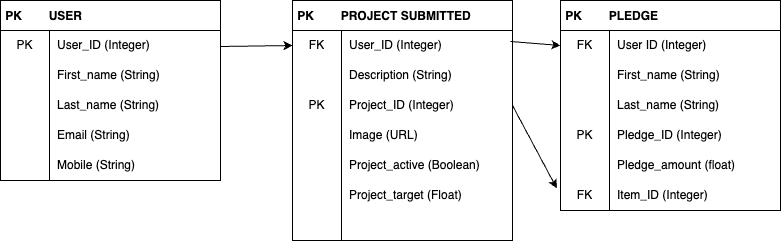
haleighlv/crowdfunding_back_end keeps this draw.io diagram as DBSchema.png. Above is the earlier version. Source tidied: cells renumbered, new cells last; positions are measured from the earlier drawing's top-left corner, leaving out a move shared by most shapes. Source of this version:
```xml
<mxGraphModel>
  <root>
    <mxCell id="0" />
    <mxCell id="1" parent="0" />
    <mxCell id="2" value=" PK        PROJECT SUBMITTED" style="shape=table;startSize=30;rowLines=0;fontStyle=1;align=left;" parent="1" vertex="1">
      <mxGeometry x="292" width="220" height="240" as="geometry" />
    </mxCell>
    <mxCell id="3" style="shape=tableRow;horizontal=0;startSize=0;swimlaneHead=0;swimlaneBody=0;top=0;left=0;bottom=0;right=0;fillColor=none;points=[[0,0.5],[1,0.5]];portConstraint=eastwest;" parent="2" vertex="1">
      <mxGeometry y="30" width="220" height="30" as="geometry" />
    </mxCell>
    <mxCell id="4" value="FK" style="shape=partialRectangle;html=1;whiteSpace=wrap;fillColor=none;top=0;left=0;bottom=0;right=0;overflow=hidden;" parent="3" vertex="1">
      <mxGeometry width="49" height="30" as="geometry" />
    </mxCell>
    <mxCell id="5" value="User_ID (Integer)" style="shape=partialRectangle;html=1;whiteSpace=wrap;fillColor=none;top=0;left=0;bottom=0;right=0;align=left;spacingLeft=6;overflow=hidden;" parent="3" vertex="1">
      <mxGeometry x="49" width="171" height="30" as="geometry" />
    </mxCell>
    <mxCell id="6" style="shape=tableRow;horizontal=0;startSize=0;swimlaneHead=0;swimlaneBody=0;top=0;left=0;bottom=0;right=0;fillColor=none;" parent="2" vertex="1">
      <mxGeometry y="60" width="220" height="30" as="geometry" />
    </mxCell>
    <mxCell id="7" style="shape=partialRectangle;html=1;whiteSpace=wrap;fillColor=none;top=0;left=0;bottom=0;right=0;overflow=hidden;" parent="6" vertex="1">
      <mxGeometry width="49" height="30" as="geometry" />
    </mxCell>
    <mxCell id="8" value="Description (String)" style="shape=partialRectangle;html=1;whiteSpace=wrap;fillColor=none;top=0;left=0;bottom=0;right=0;align=left;spacingLeft=6;overflow=hidden;" parent="6" vertex="1">
      <mxGeometry x="49" width="171" height="30" as="geometry" />
    </mxCell>
    <mxCell id="9" style="shape=tableRow;horizontal=0;startSize=0;swimlaneHead=0;swimlaneBody=0;top=0;left=0;bottom=0;right=0;fillColor=none;points=[[0,0.5],[1,0.5]];portConstraint=eastwest;" parent="2" vertex="1">
      <mxGeometry y="90" width="220" height="30" as="geometry" />
    </mxCell>
    <mxCell id="10" value="PK" style="shape=partialRectangle;html=1;whiteSpace=wrap;fillColor=none;top=0;left=0;bottom=0;right=0;overflow=hidden;" parent="9" vertex="1">
      <mxGeometry width="49" height="30" as="geometry" />
    </mxCell>
    <mxCell id="11" value="Project_ID (Integer)" style="shape=partialRectangle;html=1;whiteSpace=wrap;fillColor=none;top=0;left=0;bottom=0;right=0;align=left;spacingLeft=6;overflow=hidden;" parent="9" vertex="1">
      <mxGeometry x="49" width="171" height="30" as="geometry" />
    </mxCell>
    <mxCell id="12" style="shape=tableRow;horizontal=0;startSize=0;swimlaneHead=0;swimlaneBody=0;top=0;left=0;bottom=0;right=0;fillColor=none;" parent="2" vertex="1">
      <mxGeometry y="120" width="220" height="30" as="geometry" />
    </mxCell>
    <mxCell id="13" style="shape=partialRectangle;html=1;whiteSpace=wrap;fillColor=none;top=0;left=0;bottom=0;right=0;overflow=hidden;" parent="12" vertex="1">
      <mxGeometry width="49" height="30" as="geometry" />
    </mxCell>
    <mxCell id="14" value="Image (URL)" style="shape=partialRectangle;html=1;whiteSpace=wrap;fillColor=none;top=0;left=0;bottom=0;right=0;align=left;spacingLeft=6;overflow=hidden;" parent="12" vertex="1">
      <mxGeometry x="49" width="171" height="30" as="geometry" />
    </mxCell>
    <mxCell id="15" style="shape=tableRow;horizontal=0;startSize=0;swimlaneHead=0;swimlaneBody=0;top=0;left=0;bottom=0;right=0;fillColor=none;" parent="2" vertex="1">
      <mxGeometry y="150" width="220" height="30" as="geometry" />
    </mxCell>
    <mxCell id="16" style="shape=partialRectangle;html=1;whiteSpace=wrap;fillColor=none;top=0;left=0;bottom=0;right=0;overflow=hidden;" parent="15" vertex="1">
      <mxGeometry width="49" height="30" as="geometry" />
    </mxCell>
    <mxCell id="17" value="Project_active (Boolean)" style="shape=partialRectangle;html=1;whiteSpace=wrap;fillColor=none;top=0;left=0;bottom=0;right=0;align=left;spacingLeft=6;overflow=hidden;" parent="15" vertex="1">
      <mxGeometry x="49" width="171" height="30" as="geometry" />
    </mxCell>
    <mxCell id="18" style="shape=tableRow;horizontal=0;startSize=0;swimlaneHead=0;swimlaneBody=0;top=0;left=0;bottom=0;right=0;fillColor=none;" parent="2" vertex="1">
      <mxGeometry y="180" width="220" height="30" as="geometry" />
    </mxCell>
    <mxCell id="19" style="shape=partialRectangle;html=1;whiteSpace=wrap;fillColor=none;top=0;left=0;bottom=0;right=0;overflow=hidden;" parent="18" vertex="1">
      <mxGeometry width="49" height="30" as="geometry" />
    </mxCell>
    <mxCell id="20" value="Project_target (Float)" style="shape=partialRectangle;html=1;whiteSpace=wrap;fillColor=none;top=0;left=0;bottom=0;right=0;align=left;spacingLeft=6;overflow=hidden;" parent="18" vertex="1">
      <mxGeometry x="49" width="171" height="30" as="geometry" />
    </mxCell>
    <mxCell id="21" style="shape=tableRow;horizontal=0;startSize=0;swimlaneHead=0;swimlaneBody=0;top=0;left=0;bottom=0;right=0;fillColor=none;" parent="2" vertex="1">
      <mxGeometry y="210" width="220" height="30" as="geometry" />
    </mxCell>
    <mxCell id="22" style="shape=partialRectangle;html=1;whiteSpace=wrap;fillColor=none;top=0;left=0;bottom=0;right=0;overflow=hidden;" parent="21" vertex="1">
      <mxGeometry width="49" height="30" as="geometry" />
    </mxCell>
    <mxCell id="23" style="shape=partialRectangle;html=1;whiteSpace=wrap;fillColor=none;top=0;left=0;bottom=0;right=0;align=left;spacingLeft=6;overflow=hidden;" parent="21" vertex="1">
      <mxGeometry x="49" width="171" height="30" as="geometry" />
    </mxCell>
    <mxCell id="24" value=" PK        USER" style="shape=table;startSize=30;rowLines=0;fontStyle=1;align=left;" parent="1" vertex="1">
      <mxGeometry width="220" height="180" as="geometry" />
    </mxCell>
    <mxCell id="25" style="shape=tableRow;horizontal=0;startSize=0;swimlaneHead=0;swimlaneBody=0;top=0;left=0;bottom=0;right=0;fillColor=none;" parent="24" vertex="1">
      <mxGeometry y="30" width="220" height="30" as="geometry" />
    </mxCell>
    <mxCell id="26" value="PK" style="shape=partialRectangle;html=1;whiteSpace=wrap;fillColor=none;top=0;left=0;bottom=0;right=0;overflow=hidden;" parent="25" vertex="1">
      <mxGeometry width="49" height="30" as="geometry" />
    </mxCell>
    <mxCell id="27" value="User_ID (Integer)" style="shape=partialRectangle;html=1;whiteSpace=wrap;fillColor=none;top=0;left=0;bottom=0;right=0;align=left;spacingLeft=6;overflow=hidden;" parent="25" vertex="1">
      <mxGeometry x="49" width="171" height="30" as="geometry" />
    </mxCell>
    <mxCell id="28" style="shape=tableRow;horizontal=0;startSize=0;swimlaneHead=0;swimlaneBody=0;top=0;left=0;bottom=0;right=0;fillColor=none;" parent="24" vertex="1">
      <mxGeometry y="60" width="220" height="30" as="geometry" />
    </mxCell>
    <mxCell id="29" style="shape=partialRectangle;html=1;whiteSpace=wrap;fillColor=none;top=0;left=0;bottom=0;right=0;overflow=hidden;" parent="28" vertex="1">
      <mxGeometry width="49" height="30" as="geometry" />
    </mxCell>
    <mxCell id="30" value="First_name (String)&lt;span style=&quot;white-space: pre;&quot;&gt;&#9;&lt;/span&gt;&lt;span style=&quot;white-space: pre;&quot;&gt;&#9;&lt;span style=&quot;white-space: pre;&quot;&gt;&#9;&lt;/span&gt;&lt;/span&gt;" style="shape=partialRectangle;html=1;whiteSpace=wrap;fillColor=none;top=0;left=0;bottom=0;right=0;align=left;spacingLeft=6;overflow=hidden;" parent="28" vertex="1">
      <mxGeometry x="49" width="171" height="30" as="geometry" />
    </mxCell>
    <mxCell id="31" style="shape=tableRow;horizontal=0;startSize=0;swimlaneHead=0;swimlaneBody=0;top=0;left=0;bottom=0;right=0;fillColor=none;" parent="24" vertex="1">
      <mxGeometry y="90" width="220" height="30" as="geometry" />
    </mxCell>
    <mxCell id="32" style="shape=partialRectangle;html=1;whiteSpace=wrap;fillColor=none;top=0;left=0;bottom=0;right=0;overflow=hidden;" parent="31" vertex="1">
      <mxGeometry width="49" height="30" as="geometry" />
    </mxCell>
    <mxCell id="33" value="Last_name (String)&lt;span style=&quot;white-space: pre;&quot;&gt;&#9;&lt;/span&gt;" style="shape=partialRectangle;html=1;whiteSpace=wrap;fillColor=none;top=0;left=0;bottom=0;right=0;align=left;spacingLeft=6;overflow=hidden;" parent="31" vertex="1">
      <mxGeometry x="49" width="171" height="30" as="geometry" />
    </mxCell>
    <mxCell id="34" style="shape=tableRow;horizontal=0;startSize=0;swimlaneHead=0;swimlaneBody=0;top=0;left=0;bottom=0;right=0;fillColor=none;" parent="24" vertex="1">
      <mxGeometry y="120" width="220" height="30" as="geometry" />
    </mxCell>
    <mxCell id="35" style="shape=partialRectangle;html=1;whiteSpace=wrap;fillColor=none;top=0;left=0;bottom=0;right=0;overflow=hidden;" parent="34" vertex="1">
      <mxGeometry width="49" height="30" as="geometry" />
    </mxCell>
    <mxCell id="36" value="Email (String)" style="shape=partialRectangle;html=1;whiteSpace=wrap;fillColor=none;top=0;left=0;bottom=0;right=0;align=left;spacingLeft=6;overflow=hidden;" parent="34" vertex="1">
      <mxGeometry x="49" width="171" height="30" as="geometry" />
    </mxCell>
    <mxCell id="37" style="shape=tableRow;horizontal=0;startSize=0;swimlaneHead=0;swimlaneBody=0;top=0;left=0;bottom=0;right=0;fillColor=none;" parent="24" vertex="1">
      <mxGeometry y="150" width="220" height="30" as="geometry" />
    </mxCell>
    <mxCell id="38" style="shape=partialRectangle;html=1;whiteSpace=wrap;fillColor=none;top=0;left=0;bottom=0;right=0;overflow=hidden;" parent="37" vertex="1">
      <mxGeometry width="49" height="30" as="geometry" />
    </mxCell>
    <mxCell id="39" value="Mobile (String)" style="shape=partialRectangle;html=1;whiteSpace=wrap;fillColor=none;top=0;left=0;bottom=0;right=0;align=left;spacingLeft=6;overflow=hidden;" parent="37" vertex="1">
      <mxGeometry x="49" width="171" height="30" as="geometry" />
    </mxCell>
    <mxCell id="40" value=" PK        PLEDGE" style="shape=table;startSize=30;rowLines=0;fontStyle=1;align=left;" parent="1" vertex="1">
      <mxGeometry x="560" width="220" height="210" as="geometry" />
    </mxCell>
    <mxCell id="41" style="shape=tableRow;horizontal=0;startSize=0;swimlaneHead=0;swimlaneBody=0;top=0;left=0;bottom=0;right=0;fillColor=none;points=[[0,0.5],[1,0.5]];portConstraint=eastwest;" parent="40" vertex="1">
      <mxGeometry y="30" width="220" height="30" as="geometry" />
    </mxCell>
    <mxCell id="42" value="FK" style="shape=partialRectangle;html=1;whiteSpace=wrap;fillColor=none;top=0;left=0;bottom=0;right=0;overflow=hidden;" parent="41" vertex="1">
      <mxGeometry width="49" height="30" as="geometry" />
    </mxCell>
    <mxCell id="43" value="User ID (Integer)" style="shape=partialRectangle;html=1;whiteSpace=wrap;fillColor=none;top=0;left=0;bottom=0;right=0;align=left;spacingLeft=6;overflow=hidden;" parent="41" vertex="1">
      <mxGeometry x="49" width="171" height="30" as="geometry" />
    </mxCell>
    <mxCell id="44" style="shape=tableRow;horizontal=0;startSize=0;swimlaneHead=0;swimlaneBody=0;top=0;left=0;bottom=0;right=0;fillColor=none;" parent="40" vertex="1">
      <mxGeometry y="60" width="220" height="30" as="geometry" />
    </mxCell>
    <mxCell id="45" style="shape=partialRectangle;html=1;whiteSpace=wrap;fillColor=none;top=0;left=0;bottom=0;right=0;overflow=hidden;" parent="44" vertex="1">
      <mxGeometry width="49" height="30" as="geometry" />
    </mxCell>
    <mxCell id="46" value="First_name (String)&lt;span style=&quot;white-space: pre;&quot;&gt;&#9;&lt;/span&gt;&lt;span style=&quot;white-space: pre;&quot;&gt;&#9;&lt;span style=&quot;white-space: pre;&quot;&gt;&#9;&lt;/span&gt;&lt;/span&gt;" style="shape=partialRectangle;html=1;whiteSpace=wrap;fillColor=none;top=0;left=0;bottom=0;right=0;align=left;spacingLeft=6;overflow=hidden;" parent="44" vertex="1">
      <mxGeometry x="49" width="171" height="30" as="geometry" />
    </mxCell>
    <mxCell id="47" style="shape=tableRow;horizontal=0;startSize=0;swimlaneHead=0;swimlaneBody=0;top=0;left=0;bottom=0;right=0;fillColor=none;" parent="40" vertex="1">
      <mxGeometry y="90" width="220" height="30" as="geometry" />
    </mxCell>
    <mxCell id="48" style="shape=partialRectangle;html=1;whiteSpace=wrap;fillColor=none;top=0;left=0;bottom=0;right=0;overflow=hidden;" parent="47" vertex="1">
      <mxGeometry width="49" height="30" as="geometry" />
    </mxCell>
    <mxCell id="49" value="Last_name (String)&lt;span style=&quot;white-space: pre;&quot;&gt;&#9;&lt;/span&gt;" style="shape=partialRectangle;html=1;whiteSpace=wrap;fillColor=none;top=0;left=0;bottom=0;right=0;align=left;spacingLeft=6;overflow=hidden;" parent="47" vertex="1">
      <mxGeometry x="49" width="171" height="30" as="geometry" />
    </mxCell>
    <mxCell id="50" style="shape=tableRow;horizontal=0;startSize=0;swimlaneHead=0;swimlaneBody=0;top=0;left=0;bottom=0;right=0;fillColor=none;" parent="40" vertex="1">
      <mxGeometry y="120" width="220" height="30" as="geometry" />
    </mxCell>
    <mxCell id="51" value="PK" style="shape=partialRectangle;html=1;whiteSpace=wrap;fillColor=none;top=0;left=0;bottom=0;right=0;overflow=hidden;" parent="50" vertex="1">
      <mxGeometry width="49" height="30" as="geometry" />
    </mxCell>
    <mxCell id="52" value="Pledge_ID (Integer)" style="shape=partialRectangle;html=1;whiteSpace=wrap;fillColor=none;top=0;left=0;bottom=0;right=0;align=left;spacingLeft=6;overflow=hidden;" parent="50" vertex="1">
      <mxGeometry x="49" width="171" height="30" as="geometry" />
    </mxCell>
    <mxCell id="53" style="shape=tableRow;horizontal=0;startSize=0;swimlaneHead=0;swimlaneBody=0;top=0;left=0;bottom=0;right=0;fillColor=none;" parent="40" vertex="1">
      <mxGeometry y="150" width="220" height="30" as="geometry" />
    </mxCell>
    <mxCell id="54" style="shape=partialRectangle;html=1;whiteSpace=wrap;fillColor=none;top=0;left=0;bottom=0;right=0;overflow=hidden;" parent="53" vertex="1">
      <mxGeometry width="49" height="30" as="geometry" />
    </mxCell>
    <mxCell id="55" value="Pledge_amount (float)" style="shape=partialRectangle;html=1;whiteSpace=wrap;fillColor=none;top=0;left=0;bottom=0;right=0;align=left;spacingLeft=6;overflow=hidden;" parent="53" vertex="1">
      <mxGeometry x="49" width="171" height="30" as="geometry" />
    </mxCell>
    <mxCell id="56" style="shape=tableRow;horizontal=0;startSize=0;swimlaneHead=0;swimlaneBody=0;top=0;left=0;bottom=0;right=0;fillColor=none;points=[[0,0.5],[1,0.5]];portConstraint=eastwest;" parent="40" vertex="1">
      <mxGeometry y="180" width="220" height="30" as="geometry" />
    </mxCell>
    <mxCell id="57" value="FK" style="shape=partialRectangle;html=1;whiteSpace=wrap;fillColor=none;top=0;left=0;bottom=0;right=0;overflow=hidden;" parent="56" vertex="1">
      <mxGeometry width="49" height="30" as="geometry" />
    </mxCell>
    <mxCell id="58" value="Item_ID (Integer)" style="shape=partialRectangle;html=1;whiteSpace=wrap;fillColor=none;top=0;left=0;bottom=0;right=0;align=left;spacingLeft=6;overflow=hidden;" parent="56" vertex="1">
      <mxGeometry x="49" width="171" height="30" as="geometry" />
    </mxCell>
    <mxCell id="59" style="endArrow=classic;html=1;entryX=0;entryY=0.5;entryDx=0;entryDy=0;" parent="1" edge="1" target="3">
      <mxGeometry relative="1" as="geometry">
        <mxPoint x="220" y="46" as="sourcePoint" />
      </mxGeometry>
    </mxCell>
    <mxCell id="60" style="endArrow=classic;html=1;entryX=0;entryY=0.5;entryDx=0;entryDy=0;" parent="1" edge="1" target="41">
      <mxGeometry relative="1" as="geometry">
        <mxPoint x="510" y="41" as="sourcePoint" />
      </mxGeometry>
    </mxCell>
    <mxCell id="61" style="endArrow=classic;html=1;exitX=1;exitY=0.5;exitDx=0;exitDy=0;entryX=-0.017;entryY=0.26;entryDx=0;entryDy=0;entryPerimeter=0;" parent="1" edge="1" source="9" target="56">
      <mxGeometry relative="1" as="geometry" />
    </mxCell>
  </root>
</mxGraphModel>
```
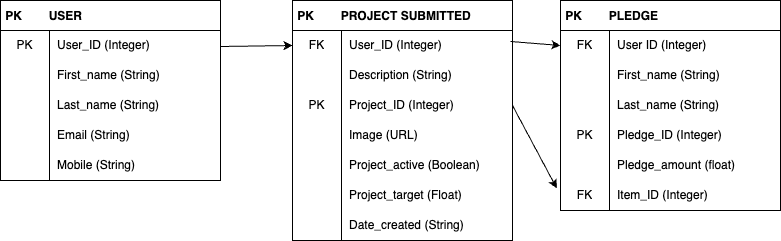
The same file after the commit.

Change to the diagram source:
```diff
@@ -65,7 +65,7 @@
     <mxCell id="22" style="shape=partialRectangle;html=1;whiteSpace=wrap;fillColor=none;top=0;left=0;bottom=0;right=0;overflow=hidden;" parent="21" vertex="1">
       <mxGeometry width="49" height="30" as="geometry" />
     </mxCell>
-    <mxCell id="23" style="shape=partialRectangle;html=1;whiteSpace=wrap;fillColor=none;top=0;left=0;bottom=0;right=0;align=left;spacingLeft=6;overflow=hidden;" parent="21" vertex="1">
+    <mxCell id="23" value="Date_created (String)" style="shape=partialRectangle;html=1;whiteSpace=wrap;fillColor=none;top=0;left=0;bottom=0;right=0;align=left;spacingLeft=6;overflow=hidden;" parent="21" vertex="1">
       <mxGeometry x="49" width="171" height="30" as="geometry" />
     </mxCell>
     <mxCell id="24" value=" PK        USER" style="shape=table;startSize=30;rowLines=0;fontStyle=1;align=left;" parent="1" vertex="1">
```
